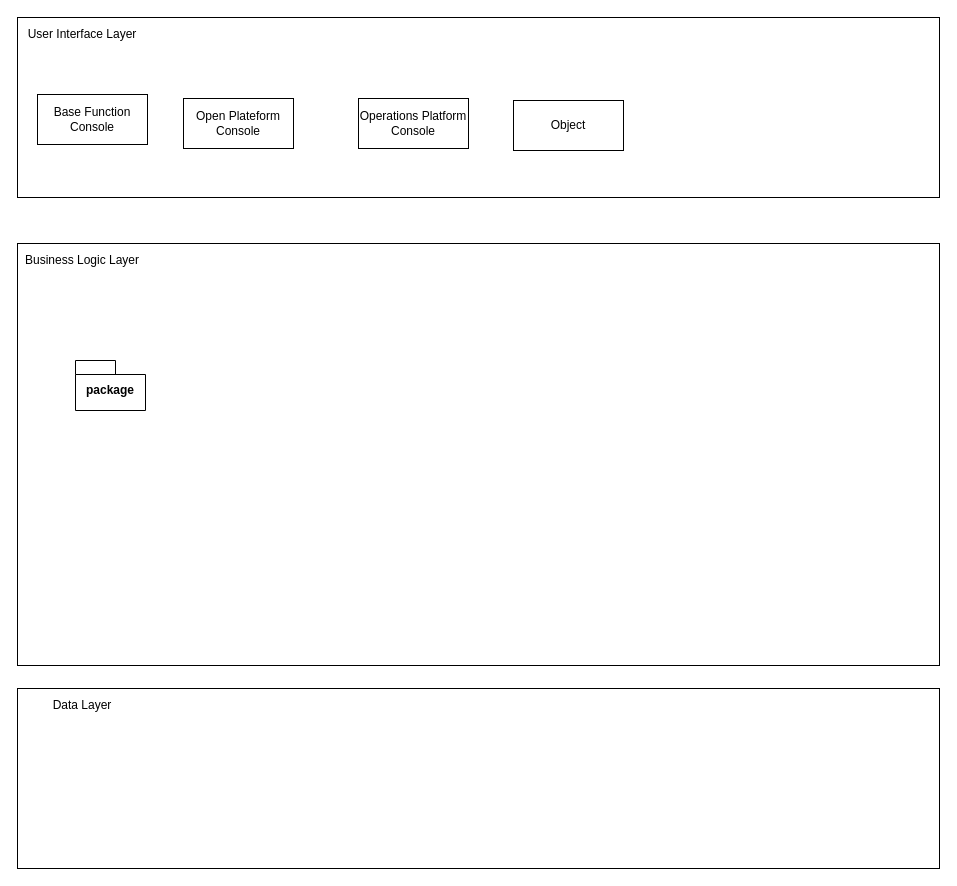
This is 系统逻辑视图.drawio from qf2020/drawio, a draw.io file, before an edit. Source tidied: cells renumbered, new cells numbered last; positions are measured from the earlier drawing's top-left corner, leaving out a move shared by most shapes. Both pictures are drawn from the tidied source at 100%, with x=0, y=0 at pixel (17, 17).
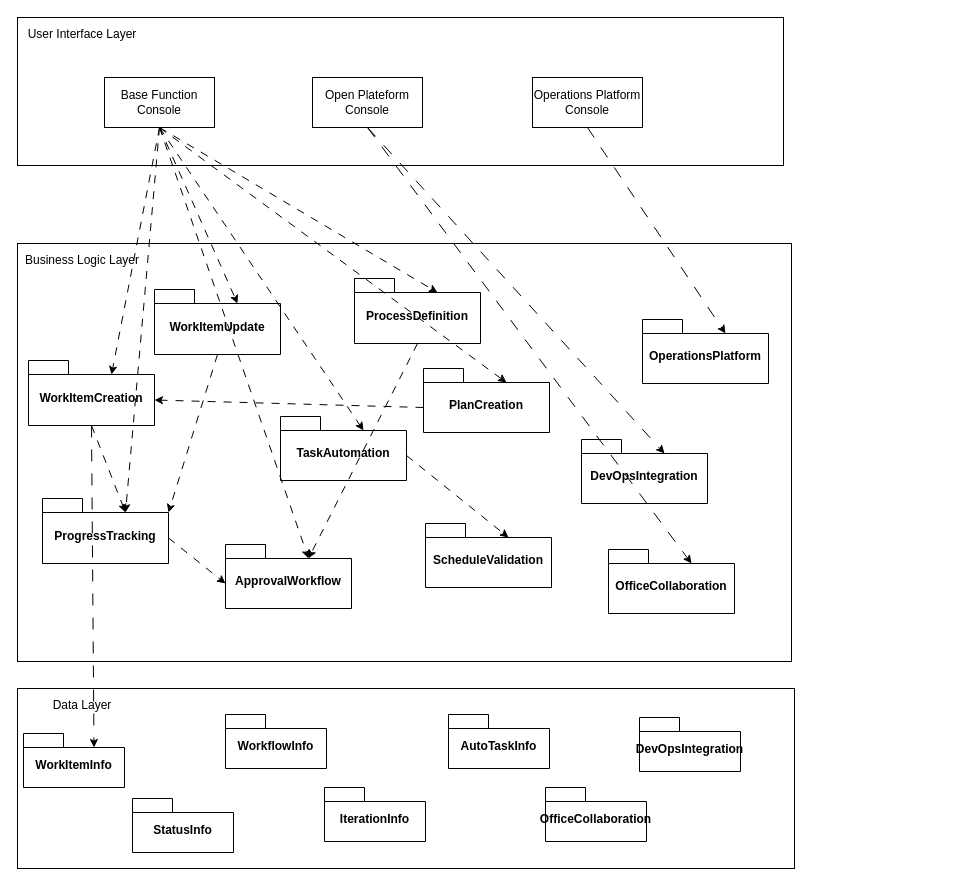
After the change.

Commit message (it also covers changes not shown here):
更新系统逻辑视图.drawio

What changed in the source:
```diff
@@
     <mxCell id="2" style="rounded=0;whiteSpace=wrap;html=1;" parent="1" vertex="1">
-      <mxGeometry width="922" height="180" as="geometry" />
+      <mxGeometry width="766" height="148" as="geometry" />
     </mxCell>
     <mxCell id="3" style="rounded=0;whiteSpace=wrap;html=1;" parent="1" vertex="1">
-      <mxGeometry y="226" width="922" height="422" as="geometry" />
+      <mxGeometry y="226" width="774" height="418" as="geometry" />
     </mxCell>
     <mxCell id="4" style="rounded=0;whiteSpace=wrap;html=1;" parent="1" vertex="1">
-      <mxGeometry y="671" width="922" height="180" as="geometry" />
+      <mxGeometry y="671" width="777" height="180" as="geometry" />
     </mxCell>
@@
-    <mxCell id="8" value="package" style="shape=folder;fontStyle=1;spacingTop=10;tabWidth=40;tabHeight=14;tabPosition=left;html=1;whiteSpace=wrap;" parent="1" vertex="1">
-      <mxGeometry x="58" y="343" width="70" height="50" as="geometry" />
+    <mxCell id="8" value="WorkItemCreation" style="shape=folder;fontStyle=1;spacingTop=10;tabWidth=40;tabHeight=14;tabPosition=left;html=1;whiteSpace=wrap;" parent="1" vertex="1">
+      <mxGeometry x="11" y="343" width="126" height="65" as="geometry" />
     </mxCell>
     <mxCell id="9" value="Base Function Console" style="html=1;whiteSpace=wrap;" parent="1" vertex="1">
-      <mxGeometry x="20" y="77" width="110" height="50" as="geometry" />
+      <mxGeometry x="87" y="60" width="110" height="50" as="geometry" />
     </mxCell>
     <mxCell id="10" value="Operations Platform Console" style="html=1;whiteSpace=wrap;" parent="1" vertex="1">
-      <mxGeometry x="341" y="81" width="110" height="50" as="geometry" />
+      <mxGeometry x="515" y="60" width="110" height="50" as="geometry" />
     </mxCell>
     <mxCell id="11" value="Open Plateform Console" style="html=1;whiteSpace=wrap;" parent="1" vertex="1">
-      <mxGeometry x="166" y="81" width="110" height="50" as="geometry" />
+      <mxGeometry x="295" y="60" width="110" height="50" as="geometry" />
     </mxCell>
-    <mxCell id="12" value="Object" style="html=1;whiteSpace=wrap;" parent="1" vertex="1">
-      <mxGeometry x="496" y="83" width="110" height="50" as="geometry" />
-    </mxCell>
+    <mxCell id="13" value="WorkItemUpdate" style="shape=folder;fontStyle=1;spacingTop=10;tabWidth=40;tabHeight=14;tabPosition=left;html=1;whiteSpace=wrap;" parent="1" vertex="1">
+      <mxGeometry x="137" y="272" width="126" height="65" as="geometry" />
+    </mxCell>
+    <mxCell id="14" value="ProgressTracking" style="shape=folder;fontStyle=1;spacingTop=10;tabWidth=40;tabHeight=14;tabPosition=left;html=1;whiteSpace=wrap;" parent="1" vertex="1">
+      <mxGeometry x="25" y="481" width="126" height="65" as="geometry" />
+    </mxCell>
+    <mxCell id="15" value="ProcessDefinition" style="shape=folder;fontStyle=1;spacingTop=10;tabWidth=40;tabHeight=14;tabPosition=left;html=1;whiteSpace=wrap;" parent="1" vertex="1">
+      <mxGeometry x="337" y="261" width="126" height="65" as="geometry" />
+    </mxCell>
+    <mxCell id="16" value="ApprovalWorkflow" style="shape=folder;fontStyle=1;spacingTop=10;tabWidth=40;tabHeight=14;tabPosition=left;html=1;whiteSpace=wrap;" parent="1" vertex="1">
+      <mxGeometry x="208" y="527" width="126" height="64" as="geometry" />
+    </mxCell>
+    <mxCell id="17" value="PlanCreation" style="shape=folder;fontStyle=1;spacingTop=10;tabWidth=40;tabHeight=14;tabPosition=left;html=1;whiteSpace=wrap;" parent="1" vertex="1">
+      <mxGeometry x="406" y="351" width="126" height="64" as="geometry" />
+    </mxCell>
+    <mxCell id="18" value="ScheduleValidation" style="shape=folder;fontStyle=1;spacingTop=10;tabWidth=40;tabHeight=14;tabPosition=left;html=1;whiteSpace=wrap;" parent="1" vertex="1">
+      <mxGeometry x="408" y="506" width="126" height="64" as="geometry" />
+    </mxCell>
+    <mxCell id="19" value="TaskAutomation" style="shape=folder;fontStyle=1;spacingTop=10;tabWidth=40;tabHeight=14;tabPosition=left;html=1;whiteSpace=wrap;" parent="1" vertex="1">
+      <mxGeometry x="263" y="399" width="126" height="64" as="geometry" />
+    </mxCell>
+    <mxCell id="20" value="DevOpsIntegration" style="shape=folder;fontStyle=1;spacingTop=10;tabWidth=40;tabHeight=14;tabPosition=left;html=1;whiteSpace=wrap;" parent="1" vertex="1">
+      <mxGeometry x="564" y="422" width="126" height="64" as="geometry" />
+    </mxCell>
+    <mxCell id="21" value="OfficeCollaboration" style="shape=folder;fontStyle=1;spacingTop=10;tabWidth=40;tabHeight=14;tabPosition=left;html=1;whiteSpace=wrap;" parent="1" vertex="1">
+      <mxGeometry x="591" y="532" width="126" height="64" as="geometry" />
+    </mxCell>
+    <mxCell id="22" value="OperationsPlatform" style="shape=folder;fontStyle=1;spacingTop=10;tabWidth=40;tabHeight=14;tabPosition=left;html=1;whiteSpace=wrap;" parent="1" vertex="1">
+      <mxGeometry x="625" y="302" width="126" height="64" as="geometry" />
+    </mxCell>
+    <mxCell id="23" value="WorkItemInfo" style="shape=folder;fontStyle=1;spacingTop=10;tabWidth=40;tabHeight=14;tabPosition=left;html=1;whiteSpace=wrap;" parent="1" vertex="1">
+      <mxGeometry x="6" y="716" width="101" height="54" as="geometry" />
+    </mxCell>
+    <mxCell id="24" value="StatusInfo" style="shape=folder;fontStyle=1;spacingTop=10;tabWidth=40;tabHeight=14;tabPosition=left;html=1;whiteSpace=wrap;" parent="1" vertex="1">
+      <mxGeometry x="115" y="781" width="101" height="54" as="geometry" />
+    </mxCell>
+    <mxCell id="25" value="WorkflowInfo" style="shape=folder;fontStyle=1;spacingTop=10;tabWidth=40;tabHeight=14;tabPosition=left;html=1;whiteSpace=wrap;" parent="1" vertex="1">
+      <mxGeometry x="208" y="697" width="101" height="54" as="geometry" />
+    </mxCell>
+    <mxCell id="26" value="IterationInfo" style="shape=folder;fontStyle=1;spacingTop=10;tabWidth=40;tabHeight=14;tabPosition=left;html=1;whiteSpace=wrap;" parent="1" vertex="1">
+      <mxGeometry x="307" y="770" width="101" height="54" as="geometry" />
+    </mxCell>
+    <mxCell id="27" value="AutoTaskInfo" style="shape=folder;fontStyle=1;spacingTop=10;tabWidth=40;tabHeight=14;tabPosition=left;html=1;whiteSpace=wrap;" parent="1" vertex="1">
+      <mxGeometry x="431" y="697" width="101" height="54" as="geometry" />
+    </mxCell>
+    <mxCell id="28" value="DevOpsIntegration" style="shape=folder;fontStyle=1;spacingTop=10;tabWidth=40;tabHeight=14;tabPosition=left;html=1;whiteSpace=wrap;" parent="1" vertex="1">
+      <mxGeometry x="622" y="700" width="101" height="54" as="geometry" />
+    </mxCell>
+    <mxCell id="29" value="OfficeCollaboration" style="shape=folder;fontStyle=1;spacingTop=10;tabWidth=40;tabHeight=14;tabPosition=left;html=1;whiteSpace=wrap;" parent="1" vertex="1">
+      <mxGeometry x="528" y="770" width="101" height="54" as="geometry" />
+    </mxCell>
+    <mxCell id="30" style="rounded=0;jettySize=auto;html=1;exitX=0.5;exitY=1;exitDx=0;exitDy=0;entryX=0;entryY=0;entryDx=83;entryDy=14;entryPerimeter=0;dashed=1;dashPattern=8 8;" parent="1" edge="1" source="9" target="13">
+      <mxGeometry relative="1" as="geometry" />
+    </mxCell>
+    <mxCell id="31" style="rounded=0;jettySize=auto;html=1;exitX=0.5;exitY=1;exitDx=0;exitDy=0;entryX=0;entryY=0;entryDx=83;entryDy=14;entryPerimeter=0;dashed=1;dashPattern=8 8;" parent="1" edge="1" source="9" target="8">
+      <mxGeometry relative="1" as="geometry" />
+    </mxCell>
+    <mxCell id="32" style="rounded=0;jettySize=auto;html=1;exitX=0.5;exitY=1;exitDx=0;exitDy=0;entryX=0;entryY=0;entryDx=83;entryDy=14;entryPerimeter=0;dashed=1;dashPattern=8 8;" parent="1" edge="1" source="9" target="15">
+      <mxGeometry relative="1" as="geometry" />
+    </mxCell>
+    <mxCell id="33" style="rounded=0;jettySize=auto;html=1;exitX=0.5;exitY=1;exitDx=0;exitDy=0;entryX=0;entryY=0;entryDx=83;entryDy=14;entryPerimeter=0;dashed=1;dashPattern=12 12;" parent="1" edge="1" source="11" target="20">
+      <mxGeometry relative="1" as="geometry" />
+    </mxCell>
+    <mxCell id="34" style="rounded=0;jettySize=auto;html=1;exitX=0.5;exitY=1;exitDx=0;exitDy=0;entryX=0;entryY=0;entryDx=83;entryDy=14;entryPerimeter=0;dashed=1;dashPattern=12 12;" parent="1" edge="1" source="11" target="21">
+      <mxGeometry relative="1" as="geometry" />
+    </mxCell>
+    <mxCell id="35" style="rounded=0;jettySize=auto;html=1;exitX=0.5;exitY=1;exitDx=0;exitDy=0;entryX=0;entryY=0;entryDx=83;entryDy=14;entryPerimeter=0;dashed=1;dashPattern=8 8;" parent="1" edge="1" source="9" target="19">
+      <mxGeometry relative="1" as="geometry" />
+    </mxCell>
+    <mxCell id="36" style="rounded=0;jettySize=auto;html=1;exitX=0.5;exitY=1;exitDx=0;exitDy=0;entryX=0;entryY=0;entryDx=83;entryDy=14;entryPerimeter=0;dashed=1;dashPattern=8 8;" parent="1" edge="1" source="9" target="17">
+      <mxGeometry relative="1" as="geometry" />
+    </mxCell>
+    <mxCell id="37" style="rounded=0;jettySize=auto;html=1;exitX=0.5;exitY=1;exitDx=0;exitDy=0;entryX=0;entryY=0;entryDx=83;entryDy=14;entryPerimeter=0;dashed=1;dashPattern=8 8;" parent="1" edge="1" source="9" target="14">
+      <mxGeometry relative="1" as="geometry" />
+    </mxCell>
+    <mxCell id="38" style="rounded=0;jettySize=auto;html=1;exitX=0.5;exitY=1;exitDx=0;exitDy=0;entryX=0;entryY=0;entryDx=83;entryDy=14;entryPerimeter=0;dashed=1;dashPattern=8 8;" parent="1" edge="1" source="9" target="16">
+      <mxGeometry relative="1" as="geometry" />
+    </mxCell>
+    <mxCell id="39" style="rounded=0;jettySize=auto;html=1;exitX=0;exitY=0;exitDx=126;exitDy=39.5;exitPerimeter=0;entryX=0;entryY=0;entryDx=0;entryDy=39;entryPerimeter=0;dashed=1;dashPattern=8 8;" parent="1" edge="1" source="14" target="16">
+      <mxGeometry relative="1" as="geometry" />
+    </mxCell>
+    <mxCell id="40" style="rounded=0;jettySize=auto;html=1;exitX=0;exitY=0;exitDx=126;exitDy=39;exitPerimeter=0;entryX=0;entryY=0;entryDx=83;entryDy=14;entryPerimeter=0;dashed=1;dashPattern=8 8;" parent="1" edge="1" source="19" target="18">
+      <mxGeometry relative="1" as="geometry" />
+    </mxCell>
+    <mxCell id="41" style="rounded=0;jettySize=auto;html=1;exitX=0.5;exitY=1;exitDx=0;exitDy=0;entryX=0;entryY=0;entryDx=83;entryDy=14;entryPerimeter=0;dashed=1;dashPattern=12 12;" parent="1" edge="1" source="10" target="22">
+      <mxGeometry relative="1" as="geometry" />
+    </mxCell>
+    <mxCell id="42" style="rounded=0;jettySize=auto;html=1;exitX=0.5;exitY=1;exitDx=0;exitDy=0;exitPerimeter=0;entryX=0;entryY=0;entryDx=83;entryDy=14;entryPerimeter=0;dashed=1;dashPattern=8 8;" parent="1" edge="1" source="8" target="14">
+      <mxGeometry relative="1" as="geometry" />
+    </mxCell>
+    <mxCell id="43" style="rounded=0;jettySize=auto;html=1;exitX=0.5;exitY=1;exitDx=0;exitDy=0;exitPerimeter=0;entryX=0;entryY=0;entryDx=126;entryDy=14;entryPerimeter=0;dashed=1;dashPattern=8 8;" parent="1" edge="1" source="13" target="14">
+      <mxGeometry relative="1" as="geometry" />
+    </mxCell>
+    <mxCell id="44" style="rounded=0;jettySize=auto;html=1;exitX=0;exitY=0;exitDx=0;exitDy=39;exitPerimeter=0;entryX=0;entryY=0;entryDx=126;entryDy=39.5;entryPerimeter=0;dashed=1;dashPattern=8 8;" parent="1" edge="1" source="17" target="8">
+      <mxGeometry relative="1" as="geometry" />
+    </mxCell>
+    <mxCell id="45" style="rounded=0;jettySize=auto;html=1;exitX=0.5;exitY=1;exitDx=0;exitDy=0;exitPerimeter=0;entryX=0;entryY=0;entryDx=83;entryDy=14;entryPerimeter=0;dashed=1;dashPattern=8 8;" parent="1" edge="1" source="15" target="16">
+      <mxGeometry relative="1" as="geometry" />
+    </mxCell>
+    <mxCell id="46" style="rounded=0;jettySize=auto;html=1;exitX=0.5;exitY=1;exitDx=0;exitDy=0;exitPerimeter=0;entryX=0;entryY=0;entryDx=70.5;entryDy=14;entryPerimeter=0;dashed=1;dashPattern=12 12;" parent="1" edge="1" source="8" target="23">
+      <mxGeometry relative="1" as="geometry" />
+    </mxCell>
```
